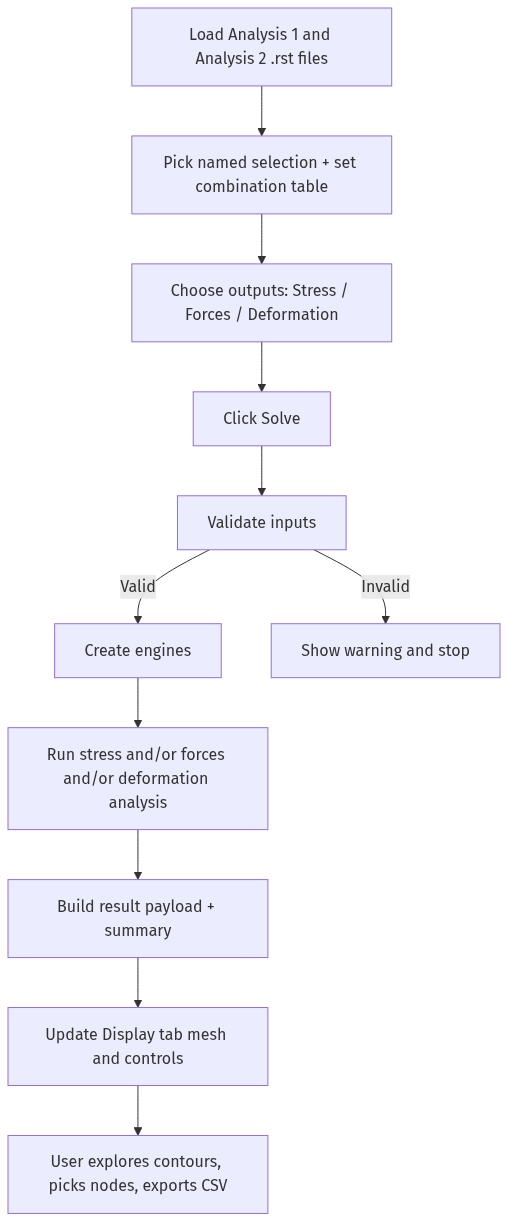
emreatay993/MARS-SC keeps this Mermaid diagram as docs/architecture_diagrams/solve_pipeline.png. Above is the earlier version. Its source is kept beside it as docs/architecture_diagrams/solve_pipeline.mmd.
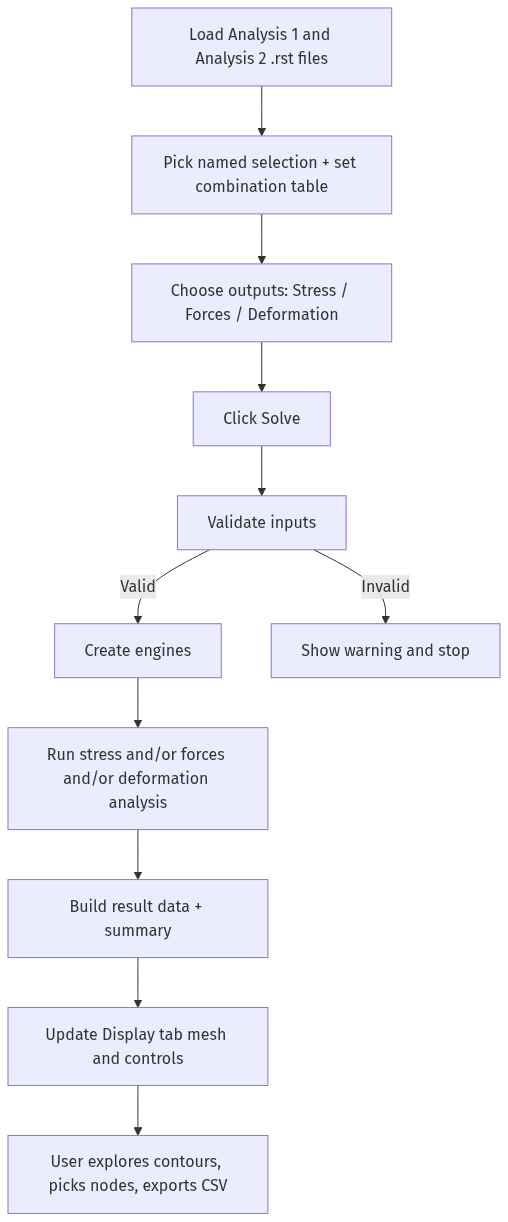
After the change.

Diff of the diagram source:
```diff
@@ -6,6 +6,6 @@
     E -->|Valid| F[Create engines]
     E -->|Invalid| X[Show warning and stop]
     F --> G[Run stress and/or forces and/or deformation analysis]
-    G --> H[Build result payload + summary]
+    G --> H[Build result data + summary]
     H --> I[Update Display tab mesh and controls]
     I --> J[User explores contours, picks nodes, exports CSV]
```
